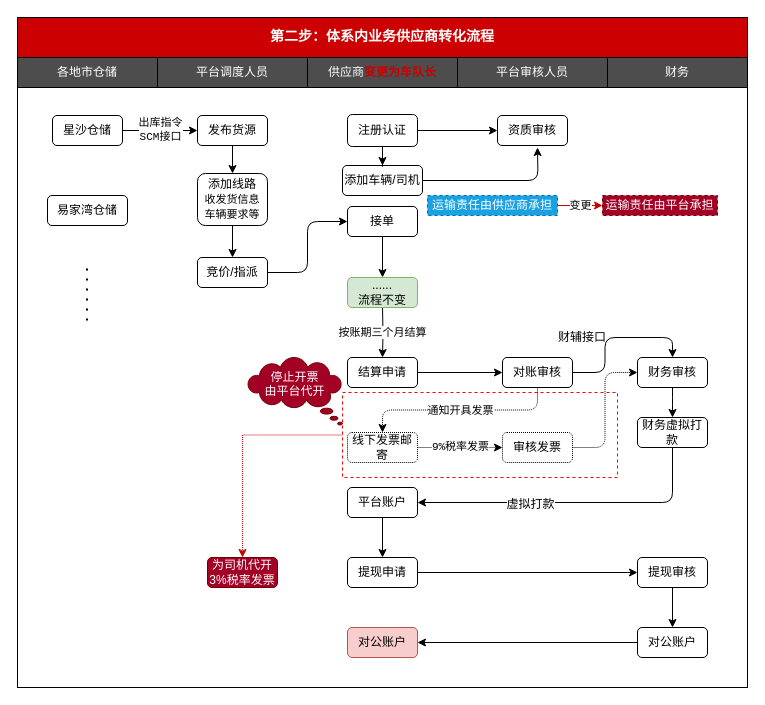
Earlier version of the draw.io diagram 第二步：体系内线上流程.drawio (chenyibang/rdpwrap). Source tidied: cells renumbered, new cells numbered last; positions are measured from the earlier drawing's top-left corner, leaving out a move shared by most shapes. Both pictures are drawn from the tidied source at 100%, with x=0, y=0 at pixel (17, 17).
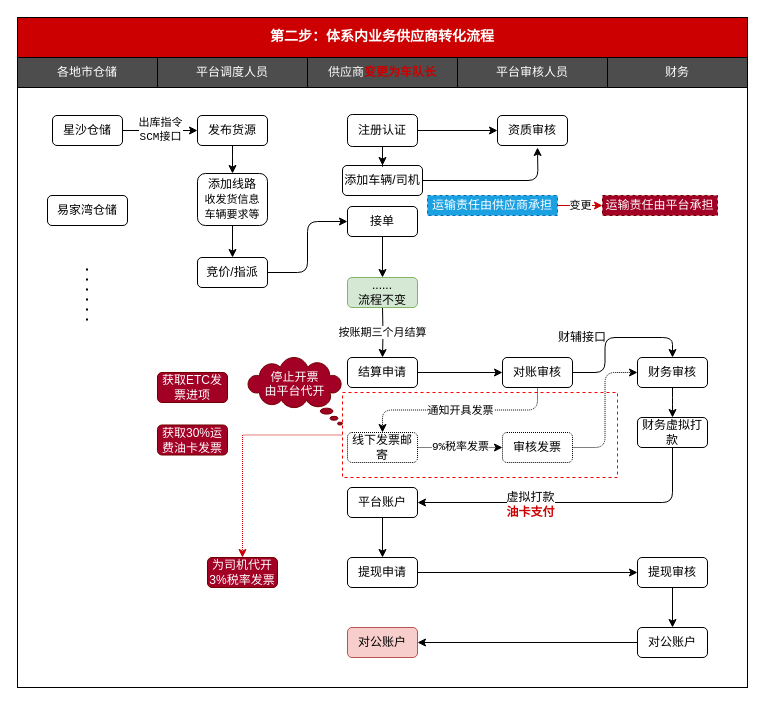
After the change.

Commit message:
已添加 第二步：体系内线上流程.drawio

The change refers to these unchanged cells:
```xml
<mxCell id="29" style="edgeStyle=orthogonalEdgeStyle;rounded=1;jettySize=auto;html=1;entryX=1;entryY=0.5;entryDx=0;entryDy=0;startArrow=none;startFill=0;" parent="1" edge="1" source="31" target="23">
  <mxGeometry relative="1" as="geometry">
    <Array as="points">
      <mxPoint x="655" y="485" />
    </Array>
  </mxGeometry>
</mxCell>
```

Diff of the diagram source:
```diff
@@
+    <mxCell id="4" style="rounded=0;whiteSpace=wrap;html=1;fontFamily=Courier New;fontColor=#000000;fillColor=none;" parent="1" vertex="1">
+      <mxGeometry y="70" width="730" height="600" as="geometry" />
+    </mxCell>
@@
-    <mxCell id="4" style="rounded=0;whiteSpace=wrap;html=1;fontFamily=Courier New;fontColor=#000000;fillColor=none;" parent="1" vertex="1">
-      <mxGeometry y="70" width="730" height="600" as="geometry" />
-    </mxCell>
@@
-    <mxCell id="30" value="虚拟打款" style="text;html=1;align=center;verticalAlign=middle;labelBackgroundColor=#ffffff;" parent="29" vertex="1">
+    <mxCell id="30" value="虚拟打款&lt;br&gt;&lt;b&gt;&lt;font color=&quot;#cc0000&quot;&gt;油卡支付&lt;/font&gt;&lt;/b&gt;" style="text;html=1;align=center;verticalAlign=middle;labelBackgroundColor=#ffffff;" parent="29" vertex="1">
       <mxGeometry x="0.28" y="1" relative="1" as="geometry" />
     </mxCell>
@@
+    <mxCell id="60" value="获取ETC发票进项" style="rounded=1;whiteSpace=wrap;html=1;fillColor=#a20025;strokeColor=#6F0000;fontColor=#ffffff;" parent="1" vertex="1">
+      <mxGeometry x="140" y="355" width="70" height="30" as="geometry" />
+    </mxCell>
+    <mxCell id="61" value="获取30%运费油卡发票" style="rounded=1;whiteSpace=wrap;html=1;fillColor=#a20025;strokeColor=#6F0000;fontColor=#ffffff;" parent="1" vertex="1">
+      <mxGeometry x="140" y="407.5" width="70" height="30" as="geometry" />
+    </mxCell>
```
